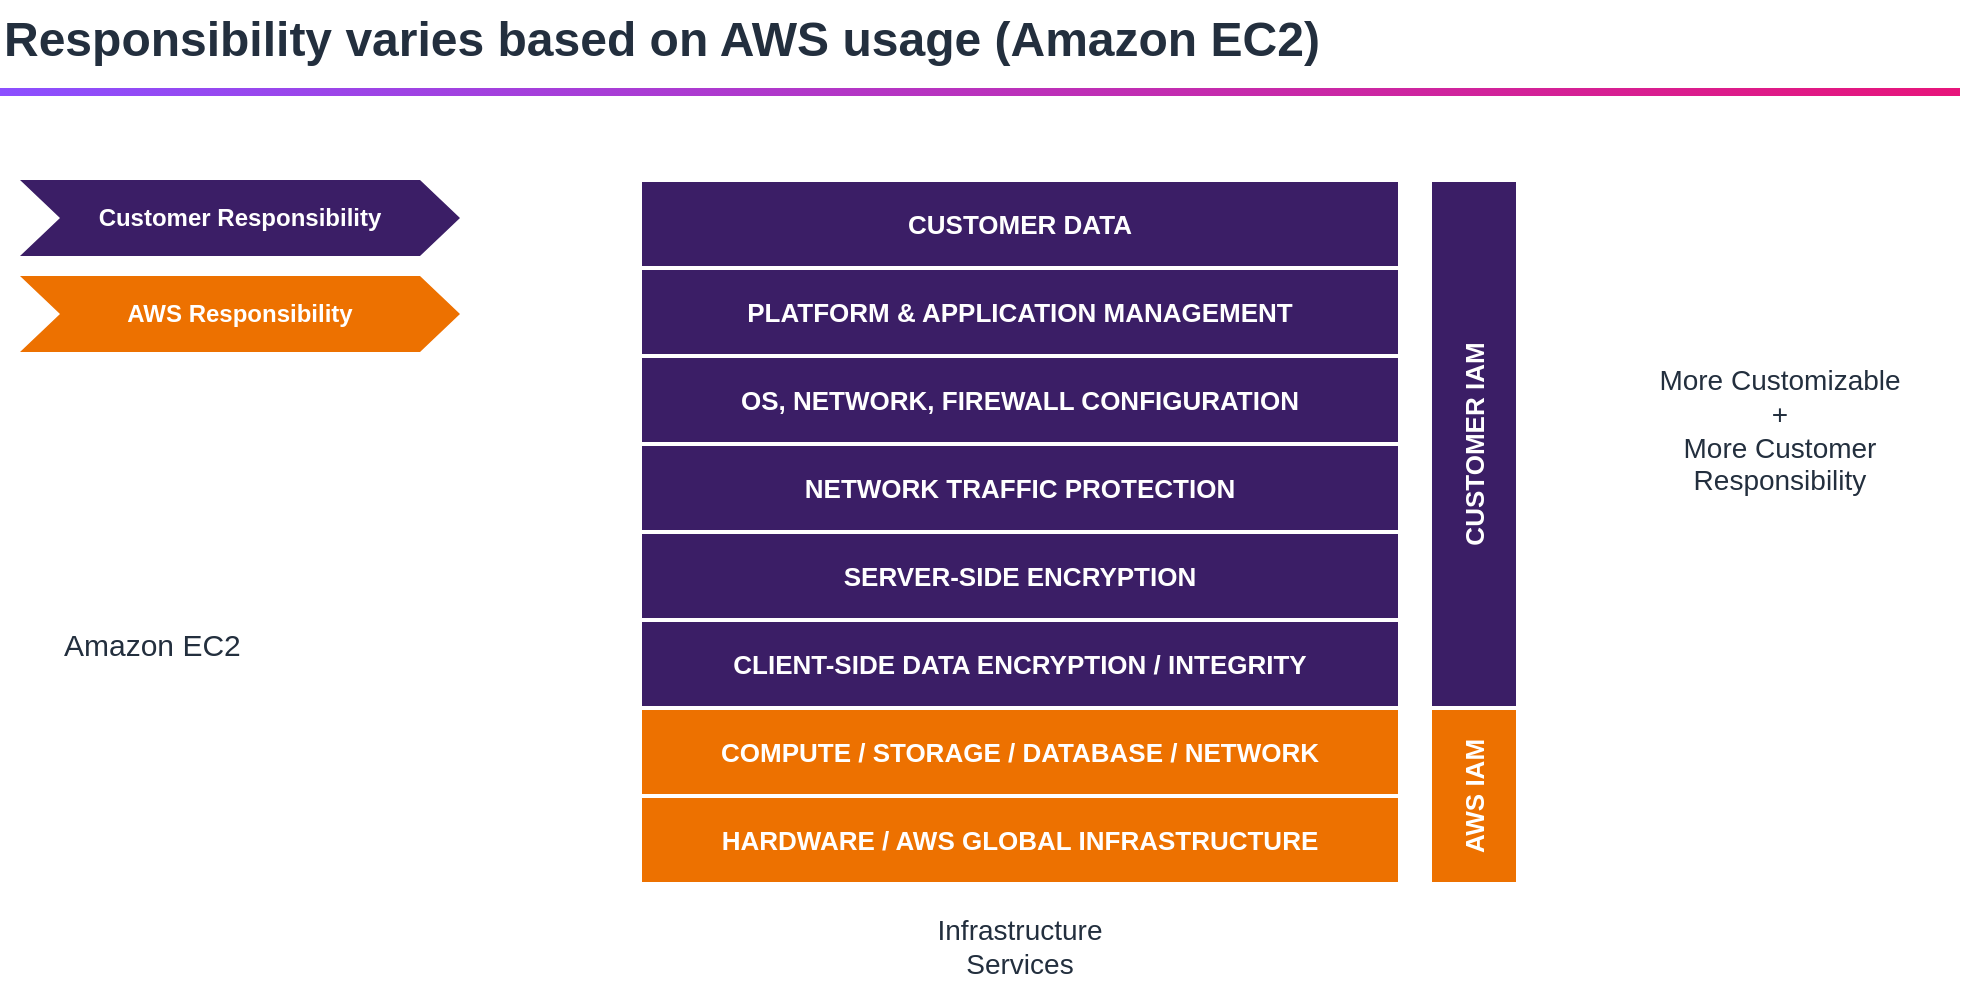
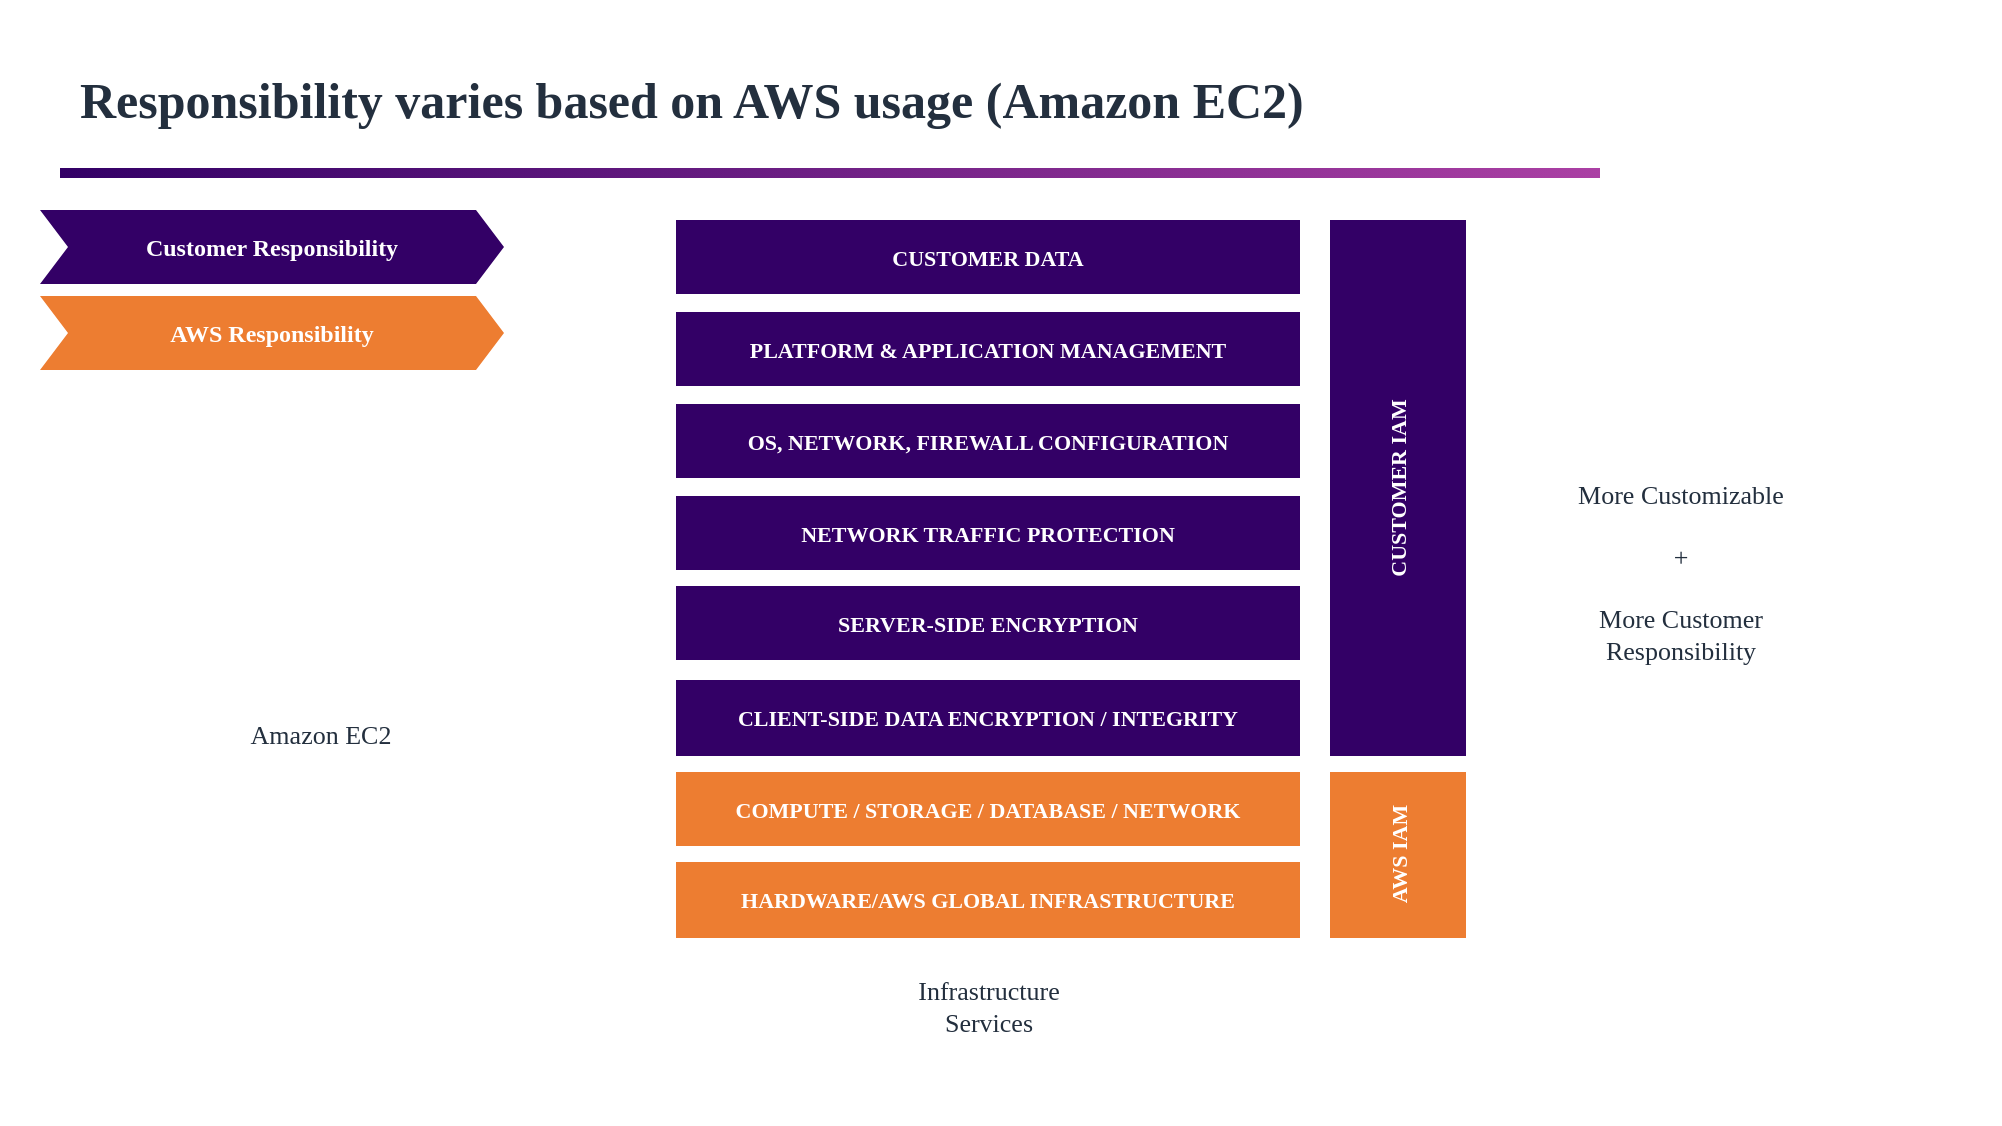
<mxfile host="app.diagrams.net">
-   <diagram id="m01-srm" name="Shared responsibility EC2">
-     <mxGraphModel dx="1000" dy="700" grid="0" gridSize="10" guides="1" tooltips="1" connect="1" arrows="1" fold="1" page="1" pageScale="1" pageWidth="1040" pageHeight="660" math="0" shadow="0">
+   <diagram id="d" name="diagram">
+     <mxGraphModel dx="1000" dy="700" grid="0" guides="1" tooltips="1" connect="1" arrows="1" fold="1" page="1" pageScale="1" pageWidth="1000" pageHeight="562" math="0" shadow="0">
      <root>
-         <mxCell id="0" />
-         <mxCell id="1" parent="0" />
- 
-         <!-- Title -->
-         <mxCell id="title" value="Responsibility varies based on AWS usage (Amazon EC2)" style="text;html=1;align=left;verticalAlign=middle;fontSize=24;fontStyle=1;fontColor=#232F3E;" vertex="1" parent="1">
-           <mxGeometry x="30" y="20" width="980" height="40" as="geometry" />
-         </mxCell>
-         <mxCell id="rule" value="" style="rounded=0;whiteSpace=wrap;html=1;fillColor=#8C4FFF;strokeColor=none;gradientColor=#E7157B;gradientDirection=east;" vertex="1" parent="1">
-           <mxGeometry x="30" y="64" width="980" height="4" as="geometry" />
-         </mxCell>
- 
-         <!-- Legend: Customer Responsibility (purple chevron) -->
-         <mxCell id="legcust" value="Customer Responsibility" style="shape=step;perimeter=stepPerimeter;whiteSpace=wrap;html=1;fixedSize=1;fillColor=#3B1E66;strokeColor=none;fontColor=#FFFFFF;fontSize=12;fontStyle=1;" vertex="1" parent="1">
-           <mxGeometry x="40" y="110" width="220" height="38" as="geometry" />
-         </mxCell>
-         <!-- Legend: AWS Responsibility (orange chevron) -->
-         <mxCell id="legaws" value="AWS Responsibility" style="shape=step;perimeter=stepPerimeter;whiteSpace=wrap;html=1;fixedSize=1;fillColor=#ED7100;strokeColor=none;fontColor=#FFFFFF;fontSize=12;fontStyle=1;" vertex="1" parent="1">
-           <mxGeometry x="40" y="158" width="220" height="38" as="geometry" />
-         </mxCell>
- 
-         <!-- Amazon EC2 label -->
-         <mxCell id="ec2lbl" value="Amazon EC2" style="text;html=1;align=left;verticalAlign=middle;fontSize=15;fontColor=#232F3E;" vertex="1" parent="1">
-           <mxGeometry x="60" y="330" width="170" height="24" as="geometry" />
-         </mxCell>
- 
-         <!-- Stack of customer (purple) layers -->
-         <mxCell id="L1" value="CUSTOMER DATA" style="rounded=0;whiteSpace=wrap;html=1;fillColor=#3B1E66;strokeColor=#FFFFFF;strokeWidth=2;fontColor=#FFFFFF;fontSize=13;fontStyle=1;" vertex="1" parent="1">
-           <mxGeometry x="350" y="110" width="380" height="44" as="geometry" />
-         </mxCell>
-         <mxCell id="L2" value="PLATFORM &amp; APPLICATION MANAGEMENT" style="rounded=0;whiteSpace=wrap;html=1;fillColor=#3B1E66;strokeColor=#FFFFFF;strokeWidth=2;fontColor=#FFFFFF;fontSize=13;fontStyle=1;" vertex="1" parent="1">
-           <mxGeometry x="350" y="154" width="380" height="44" as="geometry" />
-         </mxCell>
-         <mxCell id="L3" value="OS, NETWORK, FIREWALL CONFIGURATION" style="rounded=0;whiteSpace=wrap;html=1;fillColor=#3B1E66;strokeColor=#FFFFFF;strokeWidth=2;fontColor=#FFFFFF;fontSize=13;fontStyle=1;" vertex="1" parent="1">
-           <mxGeometry x="350" y="198" width="380" height="44" as="geometry" />
-         </mxCell>
-         <mxCell id="L4" value="NETWORK TRAFFIC PROTECTION" style="rounded=0;whiteSpace=wrap;html=1;fillColor=#3B1E66;strokeColor=#FFFFFF;strokeWidth=2;fontColor=#FFFFFF;fontSize=13;fontStyle=1;" vertex="1" parent="1">
-           <mxGeometry x="350" y="242" width="380" height="44" as="geometry" />
-         </mxCell>
-         <mxCell id="L5" value="SERVER-SIDE ENCRYPTION" style="rounded=0;whiteSpace=wrap;html=1;fillColor=#3B1E66;strokeColor=#FFFFFF;strokeWidth=2;fontColor=#FFFFFF;fontSize=13;fontStyle=1;" vertex="1" parent="1">
-           <mxGeometry x="350" y="286" width="380" height="44" as="geometry" />
-         </mxCell>
-         <mxCell id="L6" value="CLIENT-SIDE DATA ENCRYPTION / INTEGRITY" style="rounded=0;whiteSpace=wrap;html=1;fillColor=#3B1E66;strokeColor=#FFFFFF;strokeWidth=2;fontColor=#FFFFFF;fontSize=13;fontStyle=1;" vertex="1" parent="1">
-           <mxGeometry x="350" y="330" width="380" height="44" as="geometry" />
-         </mxCell>
- 
-         <!-- AWS (orange) layers -->
-         <mxCell id="L7" value="COMPUTE / STORAGE / DATABASE / NETWORK" style="rounded=0;whiteSpace=wrap;html=1;fillColor=#ED7100;strokeColor=#FFFFFF;strokeWidth=2;fontColor=#FFFFFF;fontSize=13;fontStyle=1;" vertex="1" parent="1">
-           <mxGeometry x="350" y="374" width="380" height="44" as="geometry" />
-         </mxCell>
-         <mxCell id="L8" value="HARDWARE / AWS GLOBAL INFRASTRUCTURE" style="rounded=0;whiteSpace=wrap;html=1;fillColor=#ED7100;strokeColor=#FFFFFF;strokeWidth=2;fontColor=#FFFFFF;fontSize=13;fontStyle=1;" vertex="1" parent="1">
-           <mxGeometry x="350" y="418" width="380" height="44" as="geometry" />
-         </mxCell>
- 
-         <!-- Infrastructure Services label -->
-         <mxCell id="infra" value="Infrastructure&#10;Services" style="text;html=1;align=center;verticalAlign=top;fontSize=14;fontColor=#232F3E;whiteSpace=wrap;" vertex="1" parent="1">
-           <mxGeometry x="440" y="470" width="200" height="44" as="geometry" />
-         </mxCell>
- 
-         <!-- Right side: CUSTOMER IAM (purple vertical) -->
-         <mxCell id="custiam" value="CUSTOMER IAM" style="rounded=0;whiteSpace=wrap;html=1;fillColor=#3B1E66;strokeColor=#FFFFFF;strokeWidth=2;fontColor=#FFFFFF;fontSize=13;fontStyle=1;horizontal=0;" vertex="1" parent="1">
-           <mxGeometry x="745" y="110" width="44" height="264" as="geometry" />
-         </mxCell>
-         <!-- AWS IAM (orange vertical) -->
-         <mxCell id="awsiam" value="AWS IAM" style="rounded=0;whiteSpace=wrap;html=1;fillColor=#ED7100;strokeColor=#FFFFFF;strokeWidth=2;fontColor=#FFFFFF;fontSize=13;fontStyle=1;horizontal=0;" vertex="1" parent="1">
-           <mxGeometry x="745" y="374" width="44" height="88" as="geometry" />
-         </mxCell>
- 
-         <!-- Right annotation -->
-         <mxCell id="annot" value="More Customizable&#10;+&#10;More Customer&#10;Responsibility" style="text;html=1;align=center;verticalAlign=middle;fontSize=14;fontColor=#232F3E;whiteSpace=wrap;" vertex="1" parent="1">
-           <mxGeometry x="820" y="180" width="200" height="110" as="geometry" />
-         </mxCell>
- 
+         <mxCell id="0"/>
+         <mxCell id="1" parent="0"/>
+         <mxCell id="bg" value="" style="rounded=0;whiteSpace=wrap;html=1;fillColor=#FFFFFF;strokeColor=none;" vertex="1" parent="1"><mxGeometry x="0" y="0" width="1000" height="562" as="geometry"/></mxCell>
+         <mxCell id="t1" value="Responsibility varies based on AWS usage (Amazon EC2)" style="text;html=1;align=left;verticalAlign=middle;fontSize=25;fontFamily=Amazon Ember;fontColor=#232F3E;fontStyle=1;" vertex="1" parent="1"><mxGeometry x="38" y="30" width="880" height="40" as="geometry"/></mxCell>
+         <mxCell id="uline" value="" style="rounded=0;whiteSpace=wrap;html=1;fillColor=#330066;gradientColor=#AB40A4;gradientDirection=east;strokeColor=none;" vertex="1" parent="1"><mxGeometry x="30" y="84" width="770" height="5" as="geometry"/></mxCell>
+         <mxCell id="legA" value="Customer Responsibility" style="shape=step;perimeter=stepPerimeter;whiteSpace=wrap;html=1;fixedSize=1;size=14;fillColor=#330066;strokeColor=none;fontColor=#FFFFFF;fontStyle=1;fontSize=12;align=center;verticalAlign=middle;fontFamily=Amazon Ember;" vertex="1" parent="1"><mxGeometry x="20" y="105" width="232" height="37" as="geometry"/></mxCell>
+         <mxCell id="legB" value="AWS Responsibility" style="shape=step;perimeter=stepPerimeter;whiteSpace=wrap;html=1;fixedSize=1;size=14;fillColor=#ED7D31;strokeColor=none;fontColor=#FFFFFF;fontStyle=1;fontSize=12;align=center;verticalAlign=middle;fontFamily=Amazon Ember;" vertex="1" parent="1"><mxGeometry x="20" y="148" width="232" height="37" as="geometry"/></mxCell>
+         <mxCell id="r1" value="CUSTOMER DATA" style="rounded=0;whiteSpace=wrap;html=1;fillColor=#330066;strokeColor=none;fontColor=#FFFFFF;fontStyle=1;fontSize=11;align=center;verticalAlign=middle;fontFamily=Amazon Ember;spacingLeft=6;spacingRight=6;" vertex="1" parent="1"><mxGeometry x="338" y="110" width="312" height="37" as="geometry"/></mxCell>
+         <mxCell id="r2" value="PLATFORM &amp; APPLICATION MANAGEMENT" style="rounded=0;whiteSpace=wrap;html=1;fillColor=#330066;strokeColor=none;fontColor=#FFFFFF;fontStyle=1;fontSize=11;align=center;verticalAlign=middle;fontFamily=Amazon Ember;spacingLeft=6;spacingRight=6;" vertex="1" parent="1"><mxGeometry x="338" y="156" width="312" height="37" as="geometry"/></mxCell>
+         <mxCell id="r3" value="OS, NETWORK, FIREWALL CONFIGURATION" style="rounded=0;whiteSpace=wrap;html=1;fillColor=#330066;strokeColor=none;fontColor=#FFFFFF;fontStyle=1;fontSize=11;align=center;verticalAlign=middle;fontFamily=Amazon Ember;spacingLeft=6;spacingRight=6;" vertex="1" parent="1"><mxGeometry x="338" y="202" width="312" height="37" as="geometry"/></mxCell>
+         <mxCell id="r4" value="NETWORK TRAFFIC PROTECTION" style="rounded=0;whiteSpace=wrap;html=1;fillColor=#330066;strokeColor=none;fontColor=#FFFFFF;fontStyle=1;fontSize=11;align=center;verticalAlign=middle;fontFamily=Amazon Ember;spacingLeft=6;spacingRight=6;" vertex="1" parent="1"><mxGeometry x="338" y="248" width="312" height="37" as="geometry"/></mxCell>
+         <mxCell id="r5" value="SERVER-SIDE ENCRYPTION" style="rounded=0;whiteSpace=wrap;html=1;fillColor=#330066;strokeColor=none;fontColor=#FFFFFF;fontStyle=1;fontSize=11;align=center;verticalAlign=middle;fontFamily=Amazon Ember;spacingLeft=6;spacingRight=6;" vertex="1" parent="1"><mxGeometry x="338" y="293" width="312" height="37" as="geometry"/></mxCell>
+         <mxCell id="r6" value="CLIENT-SIDE DATA ENCRYPTION / INTEGRITY" style="rounded=0;whiteSpace=wrap;html=1;fillColor=#330066;strokeColor=none;fontColor=#FFFFFF;fontStyle=1;fontSize=11;align=center;verticalAlign=middle;fontFamily=Amazon Ember;spacingLeft=6;spacingRight=6;" vertex="1" parent="1"><mxGeometry x="338" y="340" width="312" height="38" as="geometry"/></mxCell>
+         <mxCell id="r7" value="COMPUTE / STORAGE / DATABASE / NETWORK" style="rounded=0;whiteSpace=wrap;html=1;fillColor=#ED7D31;strokeColor=none;fontColor=#FFFFFF;fontStyle=1;fontSize=11;align=center;verticalAlign=middle;fontFamily=Amazon Ember;spacingLeft=6;spacingRight=6;" vertex="1" parent="1"><mxGeometry x="338" y="386" width="312" height="37" as="geometry"/></mxCell>
+         <mxCell id="r8" value="HARDWARE/AWS GLOBAL INFRASTRUCTURE" style="rounded=0;whiteSpace=wrap;html=1;fillColor=#ED7D31;strokeColor=none;fontColor=#FFFFFF;fontStyle=1;fontSize=11;align=center;verticalAlign=middle;fontFamily=Amazon Ember;spacingLeft=6;spacingRight=6;" vertex="1" parent="1"><mxGeometry x="338" y="431" width="312" height="38" as="geometry"/></mxCell>
+         <mxCell id="iam_cust" value="CUSTOMER IAM" style="rounded=0;whiteSpace=wrap;html=1;fillColor=#330066;strokeColor=none;fontColor=#FFFFFF;fontStyle=1;fontSize=11;align=center;verticalAlign=middle;fontFamily=Amazon Ember;horizontal=0;" vertex="1" parent="1"><mxGeometry x="665" y="110" width="68" height="268" as="geometry"/></mxCell>
+         <mxCell id="iam_aws" value="AWS IAM" style="rounded=0;whiteSpace=wrap;html=1;fillColor=#ED7D31;strokeColor=none;fontColor=#FFFFFF;fontStyle=1;fontSize=11;align=center;verticalAlign=middle;fontFamily=Amazon Ember;horizontal=0;" vertex="1" parent="1"><mxGeometry x="665" y="386" width="68" height="83" as="geometry"/></mxCell>
+         <mxCell id="t2" value="Amazon EC2" style="text;html=1;align=center;verticalAlign=middle;fontSize=13;fontFamily=Amazon Ember;fontColor=#232F3E;" vertex="1" parent="1"><mxGeometry x="95" y="356" width="130" height="22" as="geometry"/></mxCell>
+         <mxCell id="t3" value="Infrastructure&#10;Services" style="text;html=1;align=center;verticalAlign=middle;fontSize=13;fontFamily=Amazon Ember;fontColor=#232F3E;" vertex="1" parent="1"><mxGeometry x="429" y="482" width="130" height="42" as="geometry"/></mxCell>
+         <mxCell id="t4" value="More Customizable&#10;&#10;+&#10;&#10;More Customer&#10;Responsibility" style="text;html=1;align=center;verticalAlign=middle;fontSize=13;fontFamily=Amazon Ember;fontColor=#232F3E;" vertex="1" parent="1"><mxGeometry x="756" y="244" width="168" height="84" as="geometry"/></mxCell>
      </root>
    </mxGraphModel>
  </diagram>
</mxfile>
